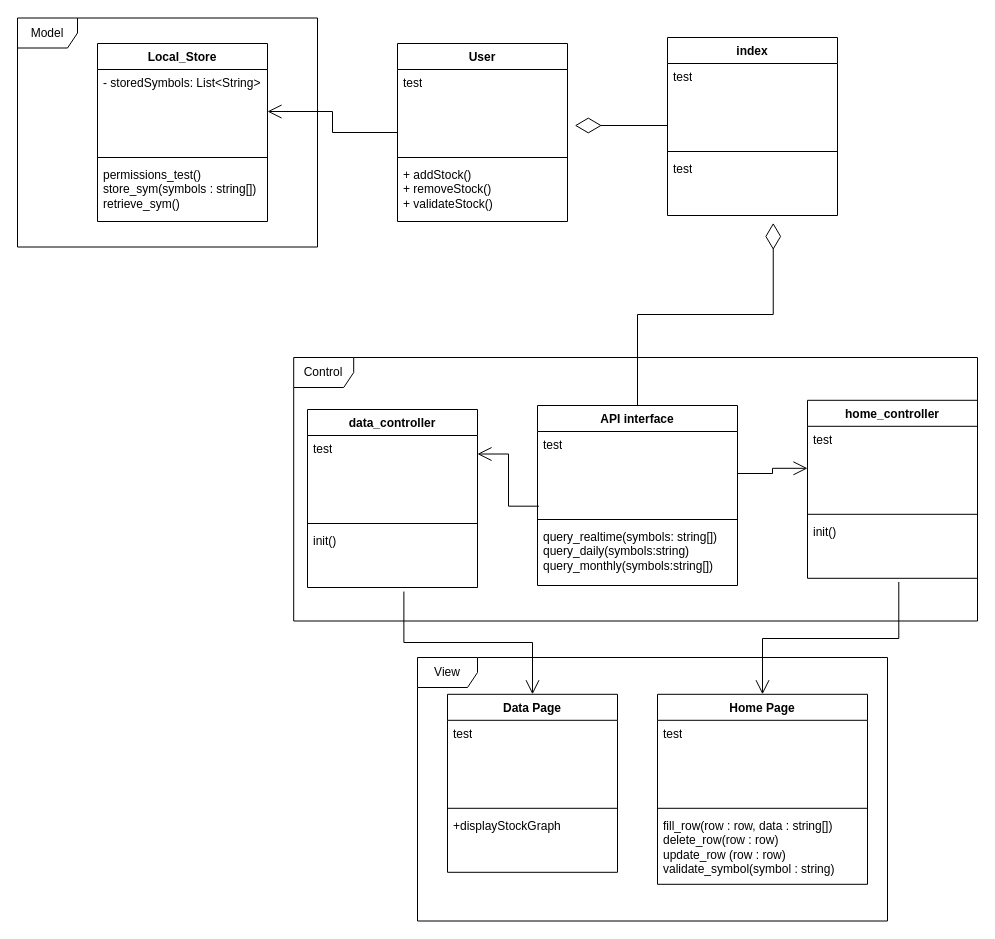
This is UML.drawio from Ian-Nelson01/480_Repo, a draw.io file, before an edit. Source tidied: cells renumbered, new cells numbered last; positions are measured from the earlier drawing's top-left corner, leaving out a move shared by most shapes. Both pictures are drawn from the tidied source at 100%, with x=0, y=0 at pixel (17, 17).
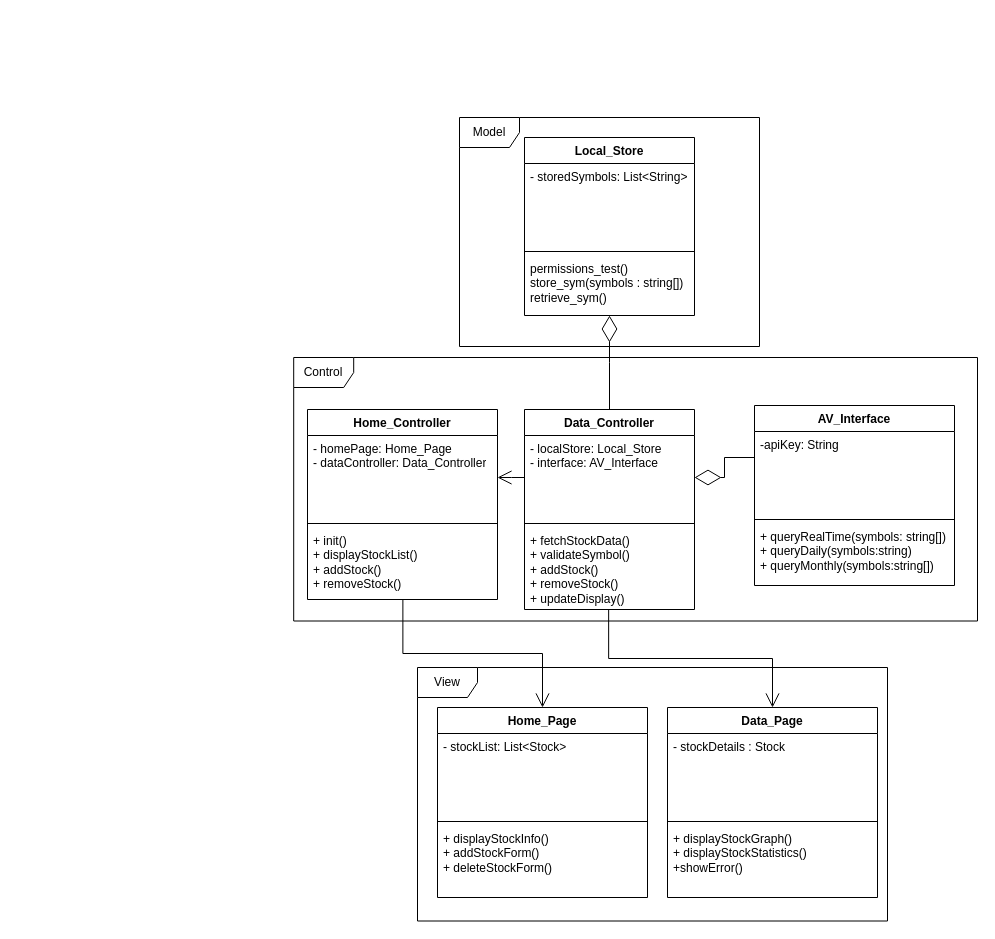
The same diagram, later.

Unchanged cells that the change refers to:
```xml
<mxCell id="3" value="- storedSymbols: List&amp;lt;String&amp;gt;" style="text;strokeColor=none;fillColor=none;align=left;verticalAlign=top;spacingLeft=4;spacingRight=4;overflow=hidden;points=[[0,0.5],[1,0.5]];portConstraint=eastwest;whiteSpace=wrap;html=1;" parent="2" vertex="1">
  <mxGeometry y="26" width="170" height="84" as="geometry" />
</mxCell>
<mxCell id="5" value="&lt;div&gt;permissions_test()&lt;/div&gt;&lt;div&gt;store_sym(symbols : string[])&lt;/div&gt;&lt;div&gt;retrieve_sym()&lt;br&gt;&lt;/div&gt;" style="text;strokeColor=none;fillColor=none;align=left;verticalAlign=top;spacingLeft=4;spacingRight=4;overflow=hidden;points=[[0,0.5],[1,0.5]];portConstraint=eastwest;whiteSpace=wrap;html=1;" parent="2" vertex="1">
  <mxGeometry y="118" width="170" height="60" as="geometry" />
</mxCell>
```

The edit, as a diff of the source:
```diff
@@
     <mxCell id="2" value="Local_Store" style="swimlane;fontStyle=1;align=center;verticalAlign=top;horizontal=1;startSize=26;whiteSpace=wrap;html=1;" parent="1" vertex="1">
-      <mxGeometry x="80" y="26" width="170" height="178" as="geometry" />
+      <mxGeometry x="507" y="120" width="170" height="178" as="geometry" />
     </mxCell>
@@
-    <mxCell id="6" value="index" style="swimlane;fontStyle=1;align=center;verticalAlign=top;horizontal=1;startSize=26;whiteSpace=wrap;html=1;" parent="1" vertex="1">
-      <mxGeometry x="650" y="20" width="170" height="178" as="geometry" />
-    </mxCell>
-    <mxCell id="7" value="test" style="text;strokeColor=none;fillColor=none;align=left;verticalAlign=top;spacingLeft=4;spacingRight=4;overflow=hidden;whiteSpace=wrap;html=1;" parent="6" vertex="1">
-      <mxGeometry y="26" width="170" height="84" as="geometry" />
-    </mxCell>
-    <mxCell id="8" style="line;strokeWidth=1;fillColor=none;align=left;verticalAlign=middle;spacingTop=-1;spacingLeft=3;spacingRight=3;labelPosition=right;strokeColor=inherit;" parent="6" vertex="1">
-      <mxGeometry y="110" width="170" height="8" as="geometry" />
-    </mxCell>
-    <mxCell id="9" value="test" style="text;strokeColor=none;fillColor=none;align=left;verticalAlign=top;spacingLeft=4;spacingRight=4;overflow=hidden;points=[[0,0.5],[1,0.5]];portConstraint=eastwest;whiteSpace=wrap;html=1;" parent="6" vertex="1">
-      <mxGeometry y="118" width="170" height="60" as="geometry" />
-    </mxCell>
-    <mxCell id="10" value="&lt;div&gt;Home Page&lt;/div&gt;" style="swimlane;fontStyle=1;align=center;verticalAlign=top;horizontal=1;startSize=26;whiteSpace=wrap;html=1;" parent="1" vertex="1">
-      <mxGeometry x="640" y="676.8" width="210" height="190" as="geometry" />
+    <mxCell id="10" value="&lt;div&gt;Home_Page&lt;/div&gt;" style="swimlane;fontStyle=1;align=center;verticalAlign=top;horizontal=1;startSize=26;whiteSpace=wrap;html=1;" parent="1" vertex="1">
+      <mxGeometry x="420" y="690" width="210" height="190" as="geometry" />
     </mxCell>
-    <mxCell id="11" value="test" style="text;strokeColor=none;fillColor=none;align=left;verticalAlign=top;spacingLeft=4;spacingRight=4;overflow=hidden;whiteSpace=wrap;html=1;" parent="10" vertex="1">
+    <mxCell id="11" value="- stockList: List&amp;lt;Stock&amp;gt;" style="text;strokeColor=none;fillColor=none;align=left;verticalAlign=top;spacingLeft=4;spacingRight=4;overflow=hidden;whiteSpace=wrap;html=1;" parent="10" vertex="1">
       <mxGeometry y="26" width="210" height="84" as="geometry" />
     </mxCell>
@@
-    <mxCell id="13" value="&lt;div&gt;fill_row(row : row, data : string[])&lt;/div&gt;&lt;div&gt;delete_row(row : row)&lt;/div&gt;&lt;div&gt;update_row (row : row)&lt;/div&gt;&lt;div&gt;validate_symbol(symbol : string) &lt;br&gt;&lt;/div&gt;" style="text;strokeColor=none;fillColor=none;align=left;verticalAlign=top;spacingLeft=4;spacingRight=4;overflow=hidden;whiteSpace=wrap;html=1;" parent="10" vertex="1">
+    <mxCell id="13" value="&lt;div&gt;+ displayStockInfo()&lt;/div&gt;&lt;div&gt;+ addStockForm()&lt;/div&gt;&lt;div&gt;+ deleteStockForm()&lt;br&gt;&lt;/div&gt;" style="text;strokeColor=none;fillColor=none;align=left;verticalAlign=top;spacingLeft=4;spacingRight=4;overflow=hidden;whiteSpace=wrap;html=1;" parent="10" vertex="1">
       <mxGeometry y="118" width="210" height="72" as="geometry" />
     </mxCell>
-    <mxCell id="14" value="home_controller" style="swimlane;fontStyle=1;align=center;verticalAlign=top;horizontal=1;startSize=26;whiteSpace=wrap;html=1;" parent="1" vertex="1">
-      <mxGeometry x="790" y="382.8" width="170" height="178" as="geometry" />
+    <mxCell id="14" value="Home_Controller" style="swimlane;fontStyle=1;align=center;verticalAlign=top;horizontal=1;startSize=26;whiteSpace=wrap;html=1;" parent="1" vertex="1">
+      <mxGeometry x="290" y="392" width="190" height="190" as="geometry" />
     </mxCell>
-    <mxCell id="15" value="test" style="text;strokeColor=none;fillColor=none;align=left;verticalAlign=top;spacingLeft=4;spacingRight=4;overflow=hidden;points=[[0,0.5],[1,0.5]];portConstraint=eastwest;whiteSpace=wrap;html=1;" parent="14" vertex="1">
-      <mxGeometry y="26" width="170" height="84" as="geometry" />
+    <mxCell id="15" value="&lt;div&gt;- homePage: Home_Page&lt;/div&gt;&lt;div&gt;- dataController: Data_Controller&lt;br&gt;&lt;/div&gt;" style="text;strokeColor=none;fillColor=none;align=left;verticalAlign=top;spacingLeft=4;spacingRight=4;overflow=hidden;points=[[0,0.5],[1,0.5]];portConstraint=eastwest;whiteSpace=wrap;html=1;" parent="14" vertex="1">
+      <mxGeometry y="26" width="190" height="84" as="geometry" />
     </mxCell>
     <mxCell id="16" style="line;strokeWidth=1;fillColor=none;align=left;verticalAlign=middle;spacingTop=-1;spacingLeft=3;spacingRight=3;labelPosition=right;strokeColor=inherit;" parent="14" vertex="1">
-      <mxGeometry y="110" width="170" height="8" as="geometry" />
+      <mxGeometry y="110" width="190" height="8" as="geometry" />
     </mxCell>
-    <mxCell id="17" value="init()" style="text;strokeColor=none;fillColor=none;align=left;verticalAlign=top;spacingLeft=4;spacingRight=4;overflow=hidden;points=[[0,0.5],[1,0.5]];portConstraint=eastwest;whiteSpace=wrap;html=1;" parent="14" vertex="1">
-      <mxGeometry y="118" width="170" height="60" as="geometry" />
+    <mxCell id="17" value="&lt;div&gt;+ init()&lt;/div&gt;&lt;div&gt;+ displayStockList()&lt;/div&gt;&lt;div&gt;+ addStock()&lt;/div&gt;&lt;div&gt;+ removeStock()&lt;br&gt;&lt;/div&gt;" style="text;strokeColor=none;fillColor=none;align=left;verticalAlign=top;spacingLeft=4;spacingRight=4;overflow=hidden;points=[[0,0.5],[1,0.5]];portConstraint=eastwest;whiteSpace=wrap;html=1;" parent="14" vertex="1">
+      <mxGeometry y="118" width="190" height="72" as="geometry" />
     </mxCell>
-    <mxCell id="18" value="&lt;div&gt;Data Page&lt;/div&gt;" style="swimlane;fontStyle=1;align=center;verticalAlign=top;horizontal=1;startSize=26;whiteSpace=wrap;html=1;" parent="1" vertex="1">
-      <mxGeometry x="430" y="676.8" width="170" height="178" as="geometry" />
-    </mxCell>
-    <mxCell id="19" value="test" style="text;strokeColor=none;fillColor=none;align=left;verticalAlign=top;spacingLeft=4;spacingRight=4;overflow=hidden;whiteSpace=wrap;html=1;" parent="18" vertex="1">
-      <mxGeometry y="26" width="170" height="84" as="geometry" />
-    </mxCell>
-    <mxCell id="20" style="line;strokeWidth=1;fillColor=none;align=left;verticalAlign=middle;spacingTop=-1;spacingLeft=3;spacingRight=3;labelPosition=right;strokeColor=inherit;" parent="18" vertex="1">
-      <mxGeometry y="110" width="170" height="8" as="geometry" />
-    </mxCell>
-    <mxCell id="21" value="+displayStockGraph" style="text;strokeColor=none;fillColor=none;align=left;verticalAlign=top;spacingLeft=4;spacingRight=4;overflow=hidden;whiteSpace=wrap;html=1;" parent="18" vertex="1">
-      <mxGeometry y="118" width="170" height="60" as="geometry" />
-    </mxCell>
-    <mxCell id="22" value="data_controller" style="swimlane;fontStyle=1;align=center;verticalAlign=top;horizontal=1;startSize=26;whiteSpace=wrap;html=1;" parent="1" vertex="1">
-      <mxGeometry x="290" y="392" width="170" height="178" as="geometry" />
+    <mxCell id="22" value="Data_Controller" style="swimlane;fontStyle=1;align=center;verticalAlign=top;horizontal=1;startSize=26;whiteSpace=wrap;html=1;" parent="1" vertex="1">
+      <mxGeometry x="507" y="392" width="170" height="200" as="geometry" />
     </mxCell>
-    <mxCell id="23" value="test" style="text;strokeColor=none;fillColor=none;align=left;verticalAlign=top;spacingLeft=4;spacingRight=4;overflow=hidden;points=[[0,0.5],[1,0.5]];portConstraint=eastwest;whiteSpace=wrap;html=1;" parent="22" vertex="1">
+    <mxCell id="23" value="- localStore: Local_Store&lt;div&gt;- interface: AV_Interface&lt;br&gt;&lt;/div&gt;" style="text;strokeColor=none;fillColor=none;align=left;verticalAlign=top;spacingLeft=4;spacingRight=4;overflow=hidden;points=[[0,0.5],[1,0.5]];portConstraint=eastwest;whiteSpace=wrap;html=1;" parent="22" vertex="1">
       <mxGeometry y="26" width="170" height="84" as="geometry" />
     </mxCell>
@@
-    <mxCell id="25" value="init()" style="text;strokeColor=none;fillColor=none;align=left;verticalAlign=top;spacingLeft=4;spacingRight=4;overflow=hidden;points=[[0,0.5],[1,0.5]];portConstraint=eastwest;whiteSpace=wrap;html=1;" parent="22" vertex="1">
-      <mxGeometry y="118" width="170" height="60" as="geometry" />
+    <mxCell id="25" value="&lt;div&gt;+ fetchStockData()&lt;/div&gt;&lt;div&gt;+ validateSymbol()&lt;/div&gt;&lt;div&gt;+ addStock()&lt;/div&gt;&lt;div&gt;+ removeStock()&lt;/div&gt;&lt;div&gt;+ updateDisplay()&lt;br&gt;&lt;/div&gt;" style="text;strokeColor=none;fillColor=none;align=left;verticalAlign=top;spacingLeft=4;spacingRight=4;overflow=hidden;points=[[0,0.5],[1,0.5]];portConstraint=eastwest;whiteSpace=wrap;html=1;" parent="22" vertex="1">
+      <mxGeometry y="118" width="170" height="82" as="geometry" />
     </mxCell>
-    <mxCell id="26" value="API interface" style="swimlane;fontStyle=1;align=center;verticalAlign=top;horizontal=1;startSize=26;whiteSpace=wrap;html=1;" parent="1" vertex="1">
-      <mxGeometry x="520" y="388" width="200" height="180" as="geometry" />
+    <mxCell id="26" value="AV_Interface" style="swimlane;fontStyle=1;align=center;verticalAlign=top;horizontal=1;startSize=26;whiteSpace=wrap;html=1;" parent="1" vertex="1">
+      <mxGeometry x="737" y="388" width="200" height="180" as="geometry" />
     </mxCell>
-    <mxCell id="27" value="test" style="text;strokeColor=none;fillColor=none;align=left;verticalAlign=top;spacingLeft=4;spacingRight=4;overflow=hidden;points=[[0,0.5],[1,0.5]];portConstraint=eastwest;whiteSpace=wrap;html=1;" parent="26" vertex="1">
+    <mxCell id="27" value="&lt;div&gt;-apiKey: String&lt;/div&gt;&lt;div&gt;&lt;br&gt;&lt;/div&gt;" style="text;strokeColor=none;fillColor=none;align=left;verticalAlign=top;spacingLeft=4;spacingRight=4;overflow=hidden;points=[[0,0.5],[1,0.5]];portConstraint=eastwest;whiteSpace=wrap;html=1;" parent="26" vertex="1">
       <mxGeometry y="26" width="200" height="84" as="geometry" />
     </mxCell>
@@
-    <mxCell id="29" value="&lt;div&gt;query_realtime(symbols: string[])&lt;/div&gt;&lt;div&gt;query_daily(symbols:string)&lt;/div&gt;&lt;div&gt;query_monthly(symbols:string[])&lt;br&gt;&lt;/div&gt;" style="text;strokeColor=none;fillColor=none;align=left;verticalAlign=top;spacingLeft=4;spacingRight=4;overflow=hidden;whiteSpace=wrap;html=1;" parent="26" vertex="1">
+    <mxCell id="29" value="+ queryRealTime(symbols: string[])&lt;div&gt;+ queryDaily(symbols:string)&lt;/div&gt;&lt;div&gt;+ queryMonthly(symbols:string[])&lt;br&gt;&lt;/div&gt;" style="text;strokeColor=none;fillColor=none;align=left;verticalAlign=top;spacingLeft=4;spacingRight=4;overflow=hidden;whiteSpace=wrap;html=1;" parent="26" vertex="1">
       <mxGeometry y="118" width="200" height="62" as="geometry" />
     </mxCell>
     <mxCell id="30" value="Model" style="shape=umlFrame;whiteSpace=wrap;html=1;" parent="1" vertex="1">
-      <mxGeometry y="0.5" width="300" height="229" as="geometry" />
+      <mxGeometry x="442" y="100" width="300" height="229" as="geometry" />
     </mxCell>
-    <mxCell id="31" style="endArrow=open;endFill=1;endSize=12;html=1;rounded=0;entryX=1;entryY=0.5;entryDx=0;entryDy=0;exitX=0;exitY=0.5;exitDx=0;exitDy=0;edgeStyle=elbowEdgeStyle;" parent="1" edge="1" source="32" target="3">
-      <mxGeometry relative="1" as="geometry" />
-    </mxCell>
-    <mxCell id="32" value="User" style="swimlane;fontStyle=1;align=center;verticalAlign=top;horizontal=1;startSize=26;whiteSpace=wrap;html=1;" parent="1" vertex="1">
-      <mxGeometry x="380" y="26" width="170" height="178" as="geometry" />
-    </mxCell>
-    <mxCell id="33" value="test" style="text;strokeColor=none;fillColor=none;align=left;verticalAlign=top;spacingLeft=4;spacingRight=4;overflow=hidden;points=[[0,0.5],[1,0.5]];portConstraint=eastwest;whiteSpace=wrap;html=1;" parent="32" vertex="1">
-      <mxGeometry y="26" width="170" height="84" as="geometry" />
-    </mxCell>
-    <mxCell id="34" style="line;strokeWidth=1;fillColor=none;align=left;verticalAlign=middle;spacingTop=-1;spacingLeft=3;spacingRight=3;labelPosition=right;strokeColor=inherit;" parent="32" vertex="1">
-      <mxGeometry y="110" width="170" height="8" as="geometry" />
-    </mxCell>
-    <mxCell id="35" value="&lt;div&gt;+ addStock()&lt;/div&gt;&lt;div&gt;+ removeStock()&lt;/div&gt;&lt;div&gt;+ validateStock()&lt;br&gt;&lt;/div&gt;" style="text;strokeColor=none;fillColor=none;align=left;verticalAlign=top;spacingLeft=4;spacingRight=4;overflow=hidden;whiteSpace=wrap;html=1;" parent="32" vertex="1">
-      <mxGeometry y="118" width="170" height="60" as="geometry" />
-    </mxCell>
@@
-    <mxCell id="37" style="endArrow=diamondThin;endFill=0;endSize=24;html=1;rounded=0;entryX=0.622;entryY=1.124;entryDx=0;entryDy=0;exitX=0.5;exitY=0;exitDx=0;exitDy=0;entryPerimeter=0;edgeStyle=elbowEdgeStyle;elbow=vertical;" parent="1" edge="1" source="26" target="9">
+    <mxCell id="37" style="endArrow=diamondThin;endFill=0;endSize=24;html=1;rounded=0;exitX=0.5;exitY=0;exitDx=0;exitDy=0;edgeStyle=elbowEdgeStyle;elbow=vertical;" parent="1" edge="1" source="22" target="5">
       <mxGeometry relative="1" as="geometry" />
     </mxCell>
     <mxCell id="38" value="View" style="shape=umlFrame;whiteSpace=wrap;html=1;" parent="1" vertex="1">
-      <mxGeometry x="400" y="640" width="470" height="263.5" as="geometry" />
+      <mxGeometry x="400" y="650" width="470" height="253.5" as="geometry" />
     </mxCell>
-    <mxCell id="39" style="endArrow=diamondThin;endFill=0;endSize=24;html=1;rounded=0;entryX=1.043;entryY=0.655;entryDx=0;entryDy=0;exitX=0;exitY=0.5;exitDx=0;exitDy=0;entryPerimeter=0;edgeStyle=elbowEdgeStyle;elbow=vertical;" parent="1" edge="1" source="6" target="33">
-      <mxGeometry relative="1" as="geometry" />
-    </mxCell>
-    <mxCell id="40" style="endArrow=open;endFill=1;endSize=12;html=1;rounded=0;entryX=0.5;entryY=0;entryDx=0;entryDy=0;exitX=0.567;exitY=1.067;exitDx=0;exitDy=0;edgeStyle=elbowEdgeStyle;exitPerimeter=0;elbow=vertical;" parent="1" edge="1" source="25" target="18">
+    <mxCell id="40" style="endArrow=open;endFill=1;endSize=12;html=1;rounded=0;entryX=0.5;entryY=0;entryDx=0;entryDy=0;exitX=0.502;exitY=0.996;exitDx=0;exitDy=0;edgeStyle=elbowEdgeStyle;exitPerimeter=0;elbow=vertical;" parent="1" edge="1" source="17" target="10">
       <mxGeometry relative="1" as="geometry" />
     </mxCell>
-    <mxCell id="41" style="endArrow=open;endFill=1;endSize=12;html=1;rounded=0;entryX=0.5;entryY=0;entryDx=0;entryDy=0;exitX=0.537;exitY=1.061;exitDx=0;exitDy=0;edgeStyle=elbowEdgeStyle;exitPerimeter=0;elbow=vertical;" parent="1" edge="1" source="17" target="10">
-      <mxGeometry relative="1" as="geometry" />
-    </mxCell>
-    <mxCell id="42" style="endArrow=open;endFill=1;endSize=12;html=1;rounded=0;entryX=1;entryY=0.25;entryDx=0;entryDy=0;exitX=0.007;exitY=0.889;exitDx=0;exitDy=0;edgeStyle=elbowEdgeStyle;exitPerimeter=0;" parent="1" edge="1" source="27" target="22">
-      <mxGeometry relative="1" as="geometry" />
-    </mxCell>
-    <mxCell id="43" style="endArrow=open;endFill=1;endSize=12;html=1;rounded=0;entryX=0;entryY=0.5;entryDx=0;entryDy=0;exitX=1;exitY=0.5;exitDx=0;exitDy=0;edgeStyle=elbowEdgeStyle;" parent="1" edge="1" source="27" target="15">
-      <mxGeometry relative="1" as="geometry" />
-    </mxCell>
+    <mxCell id="44" style="endArrow=diamondThin;endFill=0;endSize=24;html=1;rounded=0;edgeStyle=elbowEdgeStyle;entryX=1;entryY=0.5;entryDx=0;entryDy=0;" parent="1" edge="1" target="23">
+      <mxGeometry relative="1" as="geometry">
+        <mxPoint x="737" y="440" as="sourcePoint" />
+      </mxGeometry>
+    </mxCell>
+    <mxCell id="45" style="endArrow=open;endFill=1;endSize=12;html=1;rounded=0;entryX=1;entryY=0.5;entryDx=0;entryDy=0;exitX=0;exitY=0.5;exitDx=0;exitDy=0;edgeStyle=elbowEdgeStyle;" parent="1" edge="1" source="23" target="15">
+      <mxGeometry relative="1" as="geometry" />
+    </mxCell>
+    <mxCell id="46" style="endArrow=open;endFill=1;endSize=12;html=1;rounded=0;exitX=0.495;exitY=1;exitDx=0;exitDy=0;edgeStyle=elbowEdgeStyle;exitPerimeter=0;elbow=vertical;entryX=0.5;entryY=0;entryDx=0;entryDy=0;" parent="1" edge="1" source="25" target="47">
+      <mxGeometry relative="1" as="geometry" />
+    </mxCell>
+    <mxCell id="47" value="Data_Page" style="swimlane;fontStyle=1;align=center;verticalAlign=top;horizontal=1;startSize=26;whiteSpace=wrap;html=1;" parent="1" vertex="1">
+      <mxGeometry x="650" y="690" width="210" height="190" as="geometry" />
+    </mxCell>
+    <mxCell id="48" value="- stockDetails : Stock" style="text;strokeColor=none;fillColor=none;align=left;verticalAlign=top;spacingLeft=4;spacingRight=4;overflow=hidden;whiteSpace=wrap;html=1;" parent="47" vertex="1">
+      <mxGeometry y="26" width="210" height="84" as="geometry" />
+    </mxCell>
+    <mxCell id="49" style="line;strokeWidth=1;fillColor=none;align=left;verticalAlign=middle;spacingTop=-1;spacingLeft=3;spacingRight=3;labelPosition=right;strokeColor=inherit;" parent="47" vertex="1">
+      <mxGeometry y="110" width="210" height="8" as="geometry" />
+    </mxCell>
+    <mxCell id="50" value="&lt;div&gt;+ displayStockGraph()&lt;/div&gt;&lt;div&gt;+ displayStockStatistics()&lt;/div&gt;&lt;div&gt;+showError()&lt;br&gt;&lt;/div&gt;" style="text;strokeColor=none;fillColor=none;align=left;verticalAlign=top;spacingLeft=4;spacingRight=4;overflow=hidden;whiteSpace=wrap;html=1;" parent="47" vertex="1">
+      <mxGeometry y="118" width="210" height="72" as="geometry" />
+    </mxCell>
```
